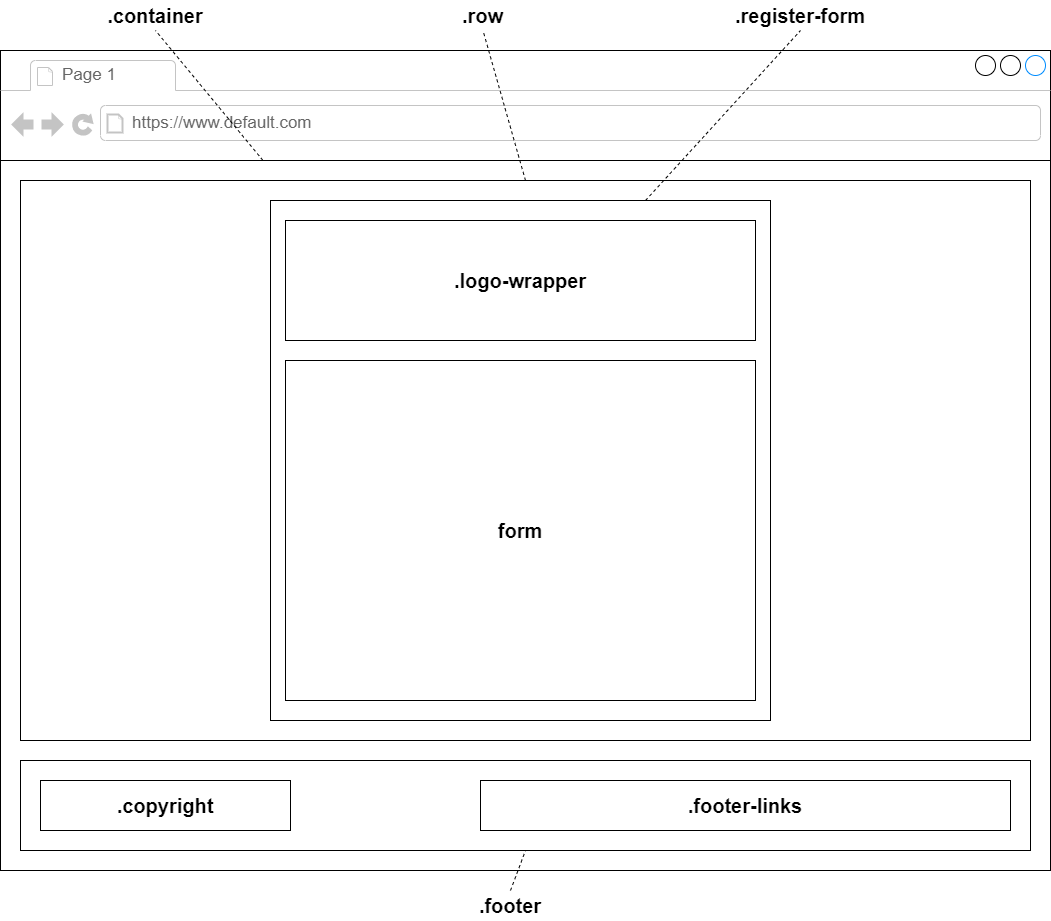
The draw.io diagram TaskAgile/Layout-Diagram/Layout Diagram.drawio.png in 23enje/Diagram, before a commit. Source tidied: cells renumbered, new cells last; positions are measured from the earlier drawing's top-left corner, leaving out a move shared by most shapes.
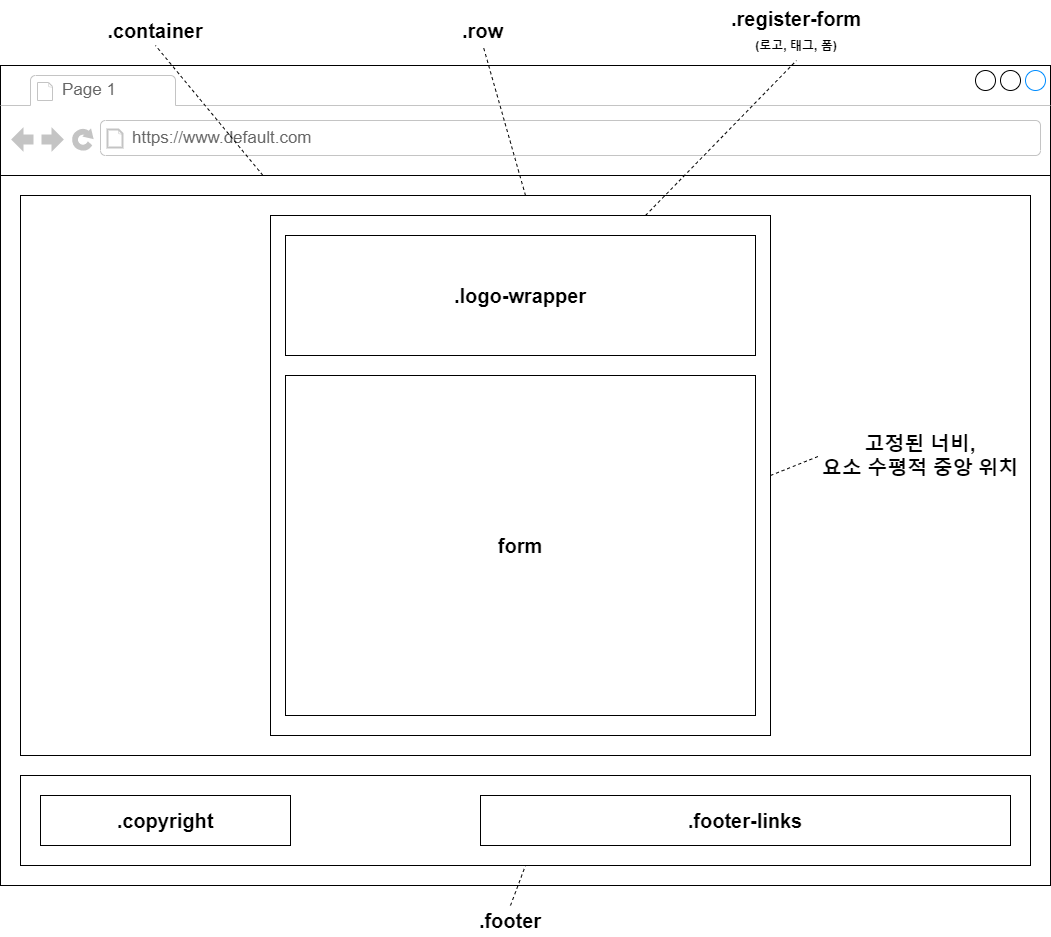
The same file after the commit.

What changed in the source:
```diff
@@ -17,6 +17,9 @@
     <mxCell id="6" style="rounded=0;whiteSpace=wrap;html=1;" parent="2" vertex="1">
       <mxGeometry x="20" y="130" width="1010" height="560" as="geometry" />
     </mxCell>
+    <mxCell id="21" style="edgeStyle=none;rounded=0;jettySize=auto;html=1;exitX=1;exitY=0.5;exitDx=0;exitDy=0;entryX=0;entryY=0.5;entryDx=0;entryDy=0;dashed=1;fontSize=12;endArrow=none;endFill=0;" parent="2" edge="1" source="7" target="22">
+      <mxGeometry relative="1" as="geometry" />
+    </mxCell>
     <mxCell id="7" style="rounded=0;whiteSpace=wrap;html=1;fontSize=20;flipV=0;flipH=1;" parent="2" vertex="1">
       <mxGeometry x="270" y="150" width="500" height="520" as="geometry" />
     </mxCell>
@@ -35,12 +38,12 @@
     <mxCell id="12" value="&lt;b&gt;.footer-links&lt;/b&gt;" style="rounded=0;whiteSpace=wrap;html=1;fontSize=20;" parent="2" vertex="1">
       <mxGeometry x="480" y="730" width="530" height="50" as="geometry" />
     </mxCell>
+    <mxCell id="22" value="&lt;b&gt;&lt;font&gt;고정된 너비,&lt;br&gt;요소 수평적 중앙 위치&lt;/font&gt;&lt;br&gt;&lt;/b&gt;" style="text;html=1;strokeColor=none;fillColor=none;align=center;verticalAlign=middle;whiteSpace=wrap;rounded=0;fontSize=20;" parent="2" vertex="1">
+      <mxGeometry x="820" y="360" width="200" height="60" as="geometry" />
+    </mxCell>
-    <mxCell id="13" value="&lt;b&gt;.register-form&lt;/b&gt;" style="text;html=1;strokeColor=none;fillColor=none;align=center;verticalAlign=middle;whiteSpace=wrap;rounded=0;fontSize=20;" parent="1" vertex="1">
-      <mxGeometry x="730" width="140" height="30" as="geometry" />
+    <mxCell id="13" value="&lt;b&gt;.register-form&lt;br&gt;&lt;font style=&quot;font-size: 12px&quot;&gt;(로고, 태그, 폼)&lt;/font&gt;&lt;br&gt;&lt;/b&gt;" style="text;html=1;strokeColor=none;fillColor=none;align=center;verticalAlign=middle;whiteSpace=wrap;rounded=0;fontSize=20;" parent="1" vertex="1">
+      <mxGeometry x="721" y="-15" width="150" height="60" as="geometry" />
     </mxCell>
-    <mxCell id="14" style="edgeStyle=none;rounded=0;jettySize=auto;html=1;exitX=0.75;exitY=0;exitDx=0;exitDy=0;entryX=0.5;entryY=1;entryDx=0;entryDy=0;dashed=1;fontSize=20;endArrow=none;endFill=0;" parent="1" edge="1" source="7" target="13">
-      <mxGeometry relative="1" as="geometry" />
-    </mxCell>
     <mxCell id="15" value="&lt;b&gt;.row&lt;/b&gt;" style="text;html=1;strokeColor=none;fillColor=none;align=center;verticalAlign=middle;whiteSpace=wrap;rounded=0;fontSize=20;" parent="1" vertex="1">
       <mxGeometry x="455" width="55" height="30" as="geometry" />
     </mxCell>
@@ -59,5 +62,8 @@
     <mxCell id="20" value="&lt;b&gt;.footer&lt;/b&gt;" style="text;html=1;strokeColor=none;fillColor=none;align=center;verticalAlign=middle;whiteSpace=wrap;rounded=0;fontSize=20;" parent="1" vertex="1">
       <mxGeometry x="470" y="890" width="80" height="30" as="geometry" />
     </mxCell>
+    <mxCell id="14" style="rounded=0;jettySize=auto;html=1;exitX=0.75;exitY=0;exitDx=0;exitDy=0;entryX=0.5;entryY=1;entryDx=0;entryDy=0;fontSize=12;endArrow=none;endFill=0;dashed=1;" parent="1" edge="1" source="7" target="13">
+      <mxGeometry relative="1" as="geometry" />
+    </mxCell>
   </root>
 </mxGraphModel>
```
